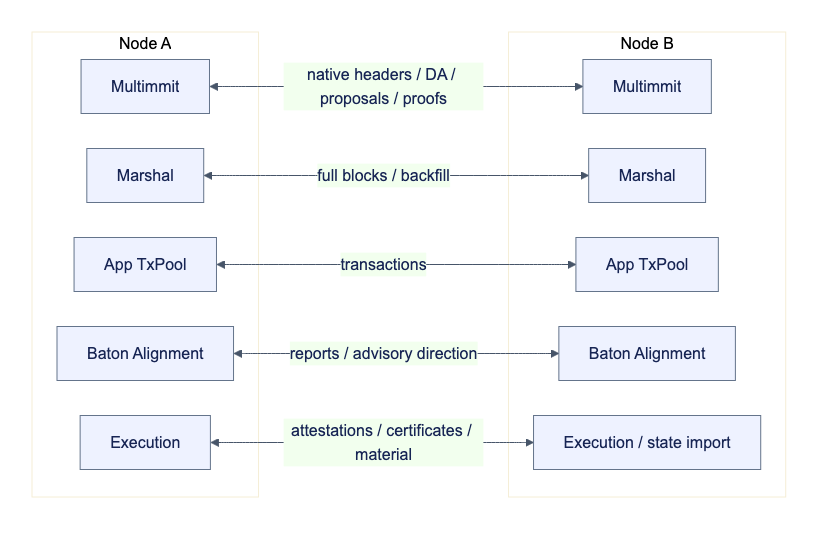
djm07073/baton keeps this Mermaid diagram as docs/assets/diagrams/diagram-33.png. Above is the earlier version. Its source is kept beside it as docs/assets/diagrams/diagram-33.mmd.
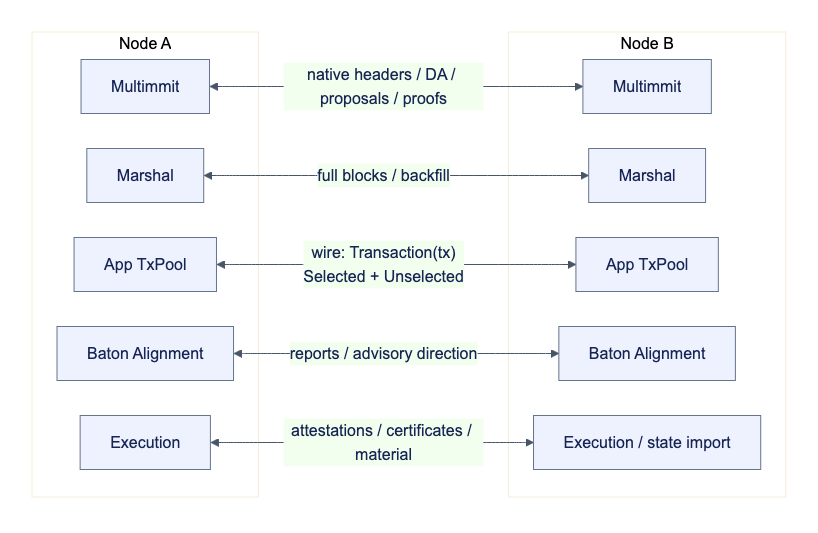
Above is the later version.

What changed in the source:
```diff
@@ -15,6 +15,6 @@
     end
     N1 <-->|"native headers / DA / proposals / proofs"| N2
     M1 <-->|"full blocks / backfill"| M2
-    P1 <-->|"transactions"| P2
+    P1 <-->|"wire: Transaction(tx)<br/>Selected + Unselected"| P2
     B1 <-->|"reports / advisory direction"| B2
     E1 <-->|"attestations / certificates / material"| E2
```
